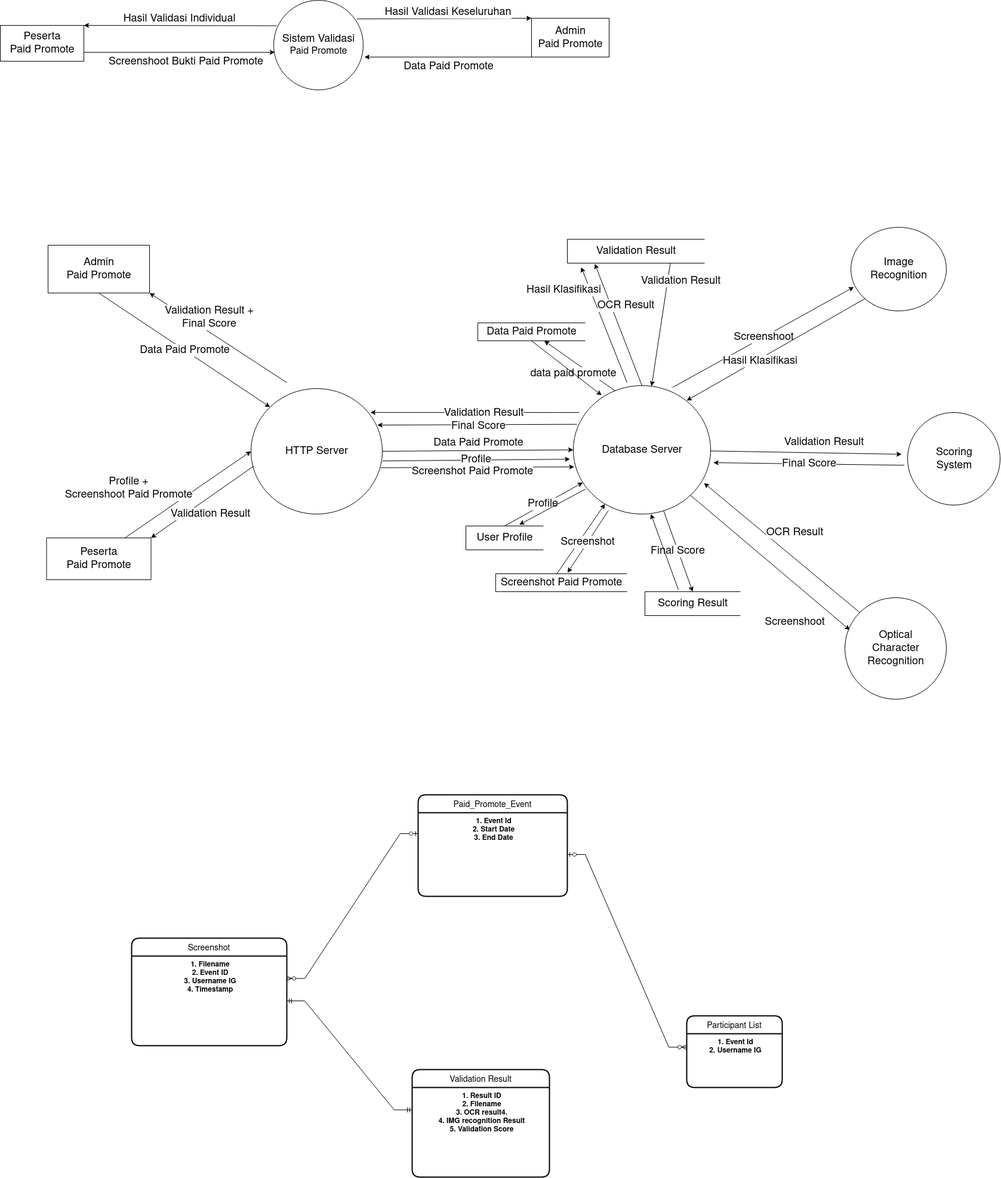
Before: dokumentasi/DFD.png, a diagram exported from draw.io (luckyAkbar/automated-paid-promote-validation). Source tidied: cells renumbered, new cells last; positions are measured from the earlier drawing's top-left corner, leaving out a move shared by most shapes.
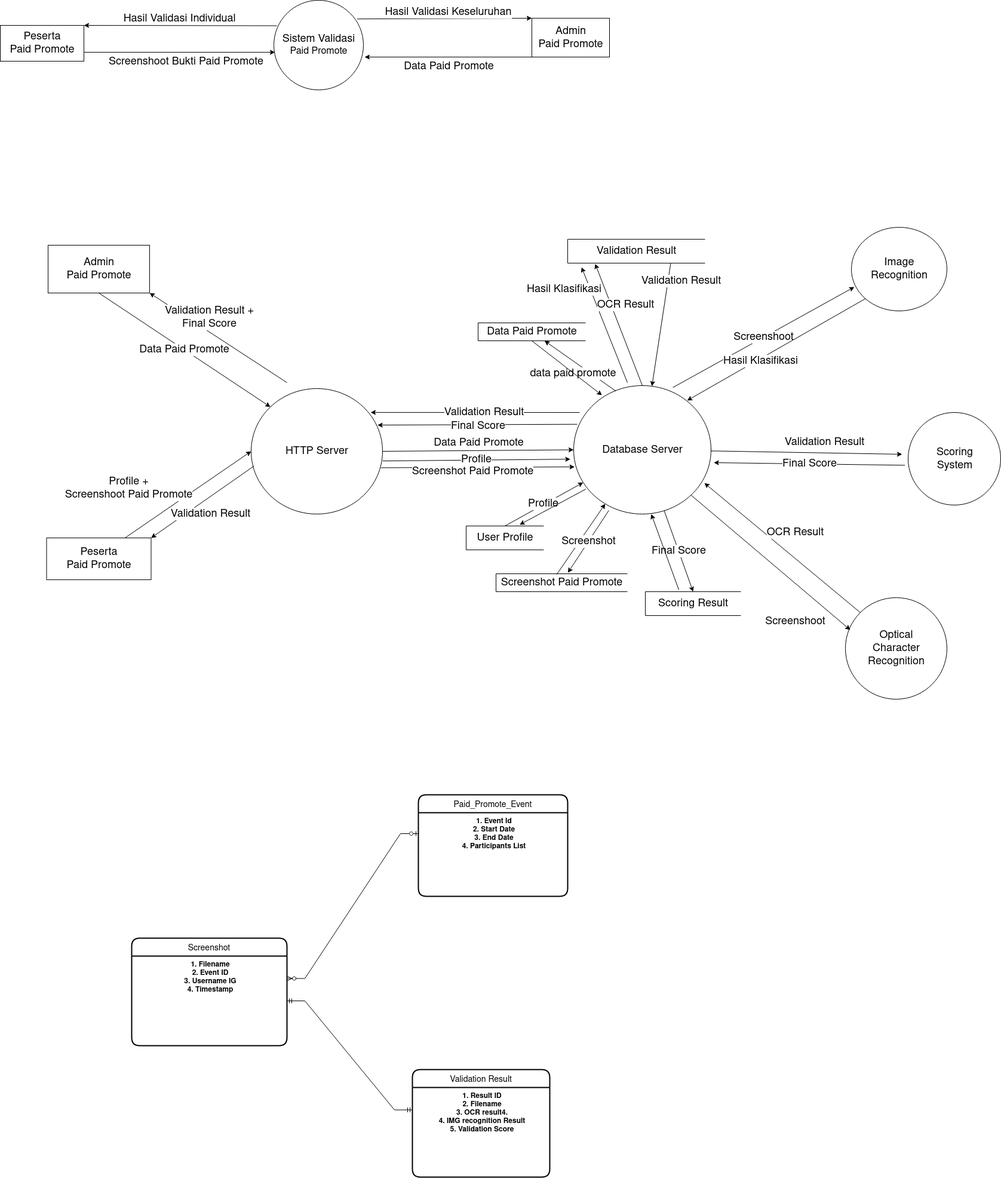
The same diagram one commit later.

Diff of the diagram source:
```diff
@@ -232,15 +232,9 @@
     <mxCell id="63" value="Paid_Promote_Event" style="swimlane;horizontal=1;startSize=30;rounded=1;fontSize=14;fontStyle=0;strokeWidth=2;shadow=0;dashed=0;align=center;" parent="1" vertex="1">
       <mxGeometry x="700" y="1330" width="250" height="170" as="geometry" />
     </mxCell>
-    <mxCell id="64" value="1. Event Id&#10;2. Start Date&#10;3. End Date&#10;" style="align=center;strokeColor=none;fillColor=none;spacingLeft=4;fontSize=12;verticalAlign=top;fontStyle=1;" parent="63" vertex="1">
+    <mxCell id="64" value="1. Event Id&#10;2. Start Date&#10;3. End Date&#10;4. Participants List&#10;&#10;" style="align=center;strokeColor=none;fillColor=none;spacingLeft=4;fontSize=12;verticalAlign=top;fontStyle=1;" parent="63" vertex="1">
       <mxGeometry y="30" width="250" height="140" as="geometry" />
     </mxCell>
-    <mxCell id="65" value="Participant List" style="swimlane;horizontal=1;startSize=30;rounded=1;fontSize=14;fontStyle=0;strokeWidth=2;shadow=0;dashed=0;align=center;" parent="1" vertex="1">
-      <mxGeometry x="1150" y="1700" width="160" height="120" as="geometry" />
-    </mxCell>
-    <mxCell id="66" value="1. Event Id&#10;2. Username IG&#10;" style="align=center;strokeColor=none;fillColor=none;spacingLeft=4;fontSize=12;verticalAlign=top;fontStyle=1;" parent="65" vertex="1">
-      <mxGeometry y="30" width="160" height="90" as="geometry" />
-    </mxCell>
     <mxCell id="67" value="Validation Result" style="swimlane;horizontal=1;startSize=30;rounded=1;fontSize=14;fontStyle=0;strokeWidth=2;shadow=0;dashed=0;align=center;" parent="1" vertex="1">
       <mxGeometry x="690" y="1790" width="230" height="180" as="geometry" />
     </mxCell>
@@ -250,9 +244,6 @@
     <mxCell id="69" style="edgeStyle=entityRelationEdgeStyle;fontSize=12;html=1;endArrow=ERmandOne;startArrow=ERmandOne;rounded=0;exitX=0;exitY=0.25;exitDx=0;exitDy=0;" parent="1" edge="1" source="68" target="62">
       <mxGeometry relative="1" as="geometry" />
     </mxCell>
-    <mxCell id="70" style="edgeStyle=entityRelationEdgeStyle;fontSize=12;html=1;endArrow=ERzeroToMany;startArrow=ERzeroToOne;rounded=0;entryX=0;entryY=0.25;entryDx=0;entryDy=0;" parent="1" edge="1" source="64" target="66">
-      <mxGeometry relative="1" as="geometry" />
-    </mxCell>
     <mxCell id="71" style="edgeStyle=entityRelationEdgeStyle;fontSize=12;html=1;endArrow=ERzeroToMany;startArrow=ERzeroToOne;rounded=0;exitX=0;exitY=0.25;exitDx=0;exitDy=0;entryX=1;entryY=0.25;entryDx=0;entryDy=0;" parent="1" edge="1" source="64" target="62">
       <mxGeometry relative="1" as="geometry" />
     </mxCell>
```
